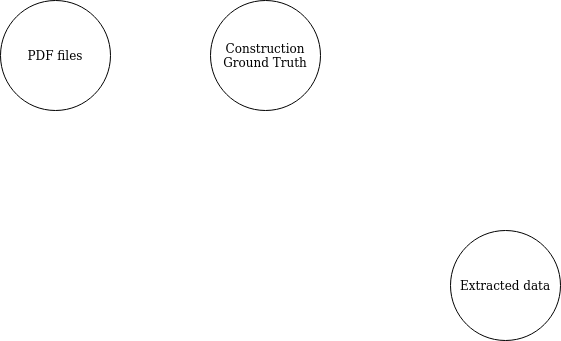
Earlier version of the draw.io export Untitled Diagram.png (karinawie/process-diagram). Source tidied: cells renumbered, new cells last; positions are measured from the earlier drawing's top-left corner, leaving out a move shared by most shapes.
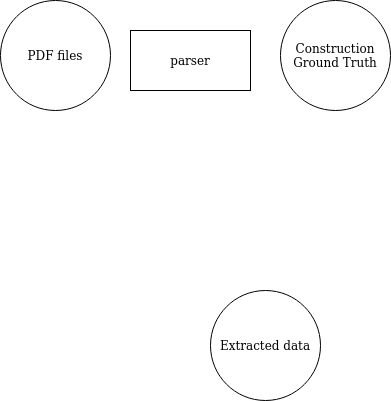
Above is the later version.

The edit, as a diff of the source:
```diff
@@ -3,13 +3,16 @@
     <mxCell id="0" />
     <mxCell id="1" parent="0" />
     <mxCell id="2" value="&lt;div&gt;PDF files&lt;/div&gt;" style="ellipse;whiteSpace=wrap;html=1;" parent="1" vertex="1">
-      <mxGeometry width="110" height="110" as="geometry" />
+      <mxGeometry x="-40" width="110" height="110" as="geometry" />
     </mxCell>
     <mxCell id="3" value="Construction Ground Truth" style="ellipse;whiteSpace=wrap;html=1;" parent="1" vertex="1">
-      <mxGeometry x="210" width="110" height="110" as="geometry" />
+      <mxGeometry x="240" width="110" height="110" as="geometry" />
     </mxCell>
     <mxCell id="4" value="Extracted data" style="ellipse;whiteSpace=wrap;html=1;" parent="1" vertex="1">
-      <mxGeometry x="450" y="230" width="110" height="110" as="geometry" />
+      <mxGeometry x="170" y="290" width="110" height="110" as="geometry" />
     </mxCell>
+    <mxCell id="5" value="parser" style="rounded=0;whiteSpace=wrap;html=1;" parent="1" vertex="1">
+      <mxGeometry x="90" y="30" width="120" height="60" as="geometry" />
+    </mxCell>
   </root>
 </mxGraphModel>
```
